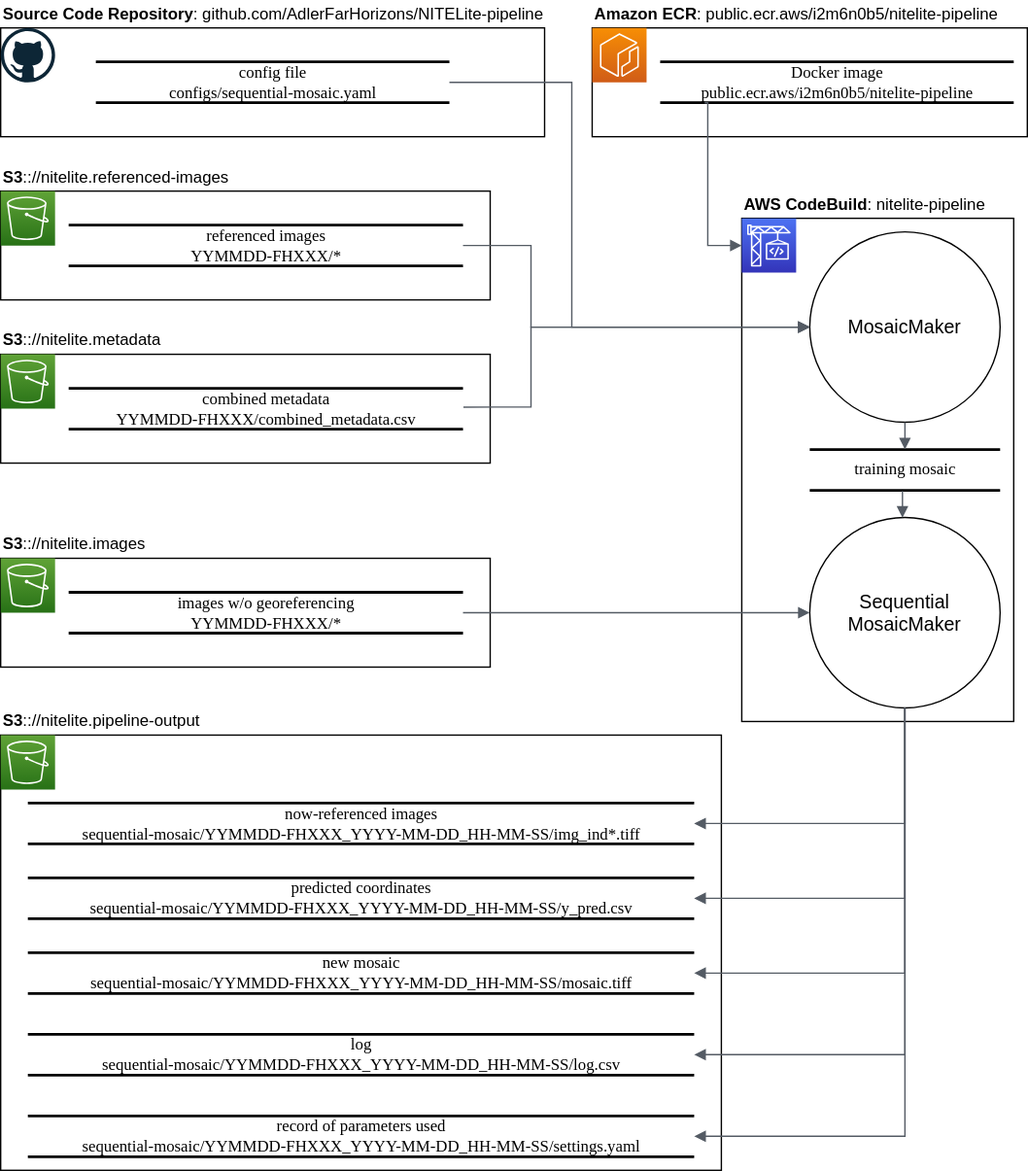
AdlerFarHorizons/night-horizons-mapmaker keeps this draw.io diagram as docs/diagrams/DFD_sequential-mosaic.svg. Above is the earlier version. Source tidied: cells renumbered, new cells last; positions are measured from the earlier drawing's top-left corner, leaving out a move shared by most shapes. The source it was exported from:
```xml
<mxGraphModel>
  <root>
    <mxCell id="0" />
    <mxCell id="1" parent="0" />
    <mxCell id="2" style="rounded=0;whiteSpace=wrap;html=1;" parent="1" vertex="1">
      <mxGeometry y="20" width="400" height="80" as="geometry" />
    </mxCell>
    <mxCell id="3" style="rounded=0;whiteSpace=wrap;html=1;" parent="1" vertex="1">
      <mxGeometry x="545" y="160" width="200" height="370" as="geometry" />
    </mxCell>
    <mxCell id="4" style="rounded=0;whiteSpace=wrap;html=1;" parent="1" vertex="1">
      <mxGeometry y="260" width="360" height="80" as="geometry" />
    </mxCell>
    <mxCell id="5" value="combined metadata&lt;br&gt;YYMMDD-FHXXX/combined_metadata.csv" style="html=1;rounded=0;shadow=0;comic=0;labelBackgroundColor=none;strokeWidth=2;fontFamily=Verdana;fontSize=12;align=center;shape=mxgraph.ios7ui.horLines;" parent="1" vertex="1">
      <mxGeometry x="50" y="285" width="290" height="30" as="geometry" />
    </mxCell>
    <mxCell id="6" value="&lt;b&gt;S3&lt;/b&gt;:://nitelite.metadata" style="text;html=1;strokeColor=none;fillColor=none;align=left;verticalAlign=middle;whiteSpace=wrap;rounded=0;" parent="1" vertex="1">
      <mxGeometry y="240" width="170" height="20" as="geometry" />
    </mxCell>
    <mxCell id="7" style="rounded=0;whiteSpace=wrap;html=1;" parent="1" vertex="1">
      <mxGeometry y="140" width="360" height="80" as="geometry" />
    </mxCell>
    <mxCell id="8" value="&lt;b&gt;S3&lt;/b&gt;:://nitelite.referenced-images" style="text;html=1;strokeColor=none;fillColor=none;align=left;verticalAlign=middle;whiteSpace=wrap;rounded=0;" parent="1" vertex="1">
      <mxGeometry y="120" width="170" height="20" as="geometry" />
    </mxCell>
    <mxCell id="9" value="referenced images&lt;br&gt;YYMMDD-FHXXX/*" style="html=1;rounded=0;shadow=0;comic=0;labelBackgroundColor=none;strokeWidth=2;fontFamily=Verdana;fontSize=12;align=center;shape=mxgraph.ios7ui.horLines;" parent="1" vertex="1">
      <mxGeometry x="50" y="165" width="290" height="30" as="geometry" />
    </mxCell>
    <mxCell id="10" style="rounded=0;whiteSpace=wrap;html=1;" parent="1" vertex="1">
      <mxGeometry x="435" y="20" width="320" height="80" as="geometry" />
    </mxCell>
    <mxCell id="11" style="edgeStyle=none;html=1;fontSize=14;" parent="1" edge="1" source="12" target="10">
      <mxGeometry relative="1" as="geometry" />
    </mxCell>
    <mxCell id="12" value="&lt;b&gt;Amazon ECR&lt;/b&gt;: public.ecr.aws/i2m6n0b5/nitelite-pipeline" style="text;html=1;strokeColor=none;fillColor=none;align=left;verticalAlign=middle;whiteSpace=wrap;rounded=0;" parent="1" vertex="1">
      <mxGeometry x="435" width="310" height="20" as="geometry" />
    </mxCell>
    <mxCell id="13" value="Docker image&lt;br&gt;public.ecr.aws/i2m6n0b5/nitelite-pipeline" style="html=1;rounded=0;shadow=0;comic=0;labelBackgroundColor=none;strokeWidth=2;fontFamily=Verdana;fontSize=12;align=center;shape=mxgraph.ios7ui.horLines;" parent="1" vertex="1">
      <mxGeometry x="485" y="45" width="260" height="30" as="geometry" />
    </mxCell>
    <mxCell id="14" style="sketch=0;fontColor=#232F3E;gradientColor=#F78E04;gradientDirection=north;fillColor=#D05C17;strokeColor=#ffffff;dashed=0;verticalLabelPosition=bottom;verticalAlign=top;align=center;html=1;fontSize=12;fontStyle=0;shape=mxgraph.aws4.resourceIcon;resIcon=mxgraph.aws4.ecr;" parent="1" vertex="1">
      <mxGeometry x="435" y="20" width="40" height="40" as="geometry" />
    </mxCell>
    <mxCell id="15" style="sketch=0;fontColor=#232F3E;gradientColor=#60A337;gradientDirection=north;fillColor=#277116;strokeColor=#ffffff;dashed=0;verticalLabelPosition=bottom;verticalAlign=top;align=center;html=1;fontSize=12;fontStyle=0;shape=mxgraph.aws4.resourceIcon;resIcon=mxgraph.aws4.s3;" parent="1" vertex="1">
      <mxGeometry y="260" width="40" height="40" as="geometry" />
    </mxCell>
    <mxCell id="16" style="sketch=0;fontColor=#232F3E;gradientColor=#60A337;gradientDirection=north;fillColor=#277116;strokeColor=#ffffff;dashed=0;verticalLabelPosition=bottom;verticalAlign=top;align=center;html=1;fontSize=12;fontStyle=0;shape=mxgraph.aws4.resourceIcon;resIcon=mxgraph.aws4.s3;" parent="1" vertex="1">
      <mxGeometry y="140" width="40" height="40" as="geometry" />
    </mxCell>
    <mxCell id="17" style="sketch=0;points=[[0,0,0],[0.25,0,0],[0.5,0,0],[0.75,0,0],[1,0,0],[0,1,0],[0.25,1,0],[0.5,1,0],[0.75,1,0],[1,1,0],[0,0.25,0],[0,0.5,0],[0,0.75,0],[1,0.25,0],[1,0.5,0],[1,0.75,0]];outlineConnect=0;fontColor=#232F3E;gradientColor=#4D72F3;gradientDirection=north;fillColor=#3334B9;strokeColor=#ffffff;dashed=0;verticalLabelPosition=bottom;verticalAlign=top;align=center;html=1;fontSize=12;fontStyle=0;shape=mxgraph.aws4.resourceIcon;resIcon=mxgraph.aws4.codebuild;" parent="1" vertex="1">
      <mxGeometry x="545" y="160" width="40" height="40" as="geometry" />
    </mxCell>
    <mxCell id="18" value="config file&lt;br&gt;configs/sequential-mosaic.yaml" style="html=1;rounded=0;shadow=0;comic=0;labelBackgroundColor=none;strokeWidth=2;fontFamily=Verdana;fontSize=12;align=center;shape=mxgraph.ios7ui.horLines;" parent="1" vertex="1">
      <mxGeometry x="70" y="45" width="260" height="30" as="geometry" />
    </mxCell>
    <mxCell id="19" style="dashed=0;html=1;align=center;labelPosition=center;verticalLabelPosition=bottom;verticalAlign=top;shape=mxgraph.weblogos.github;fontSize=14;" parent="1" vertex="1">
      <mxGeometry y="20" width="40" height="40" as="geometry" />
    </mxCell>
    <mxCell id="20" value="&lt;b&gt;AWS CodeBuild&lt;/b&gt;: nitelite-pipeline" style="text;html=1;strokeColor=none;fillColor=none;align=left;verticalAlign=middle;whiteSpace=wrap;rounded=0;" parent="1" vertex="1">
      <mxGeometry x="545" y="140" width="190" height="20" as="geometry" />
    </mxCell>
    <mxCell id="21" value="&lt;b&gt;Source Code Repository&lt;/b&gt;: github.com/AdlerFarHorizons/NITELite-pipeline" style="text;html=1;strokeColor=none;fillColor=none;align=left;verticalAlign=middle;whiteSpace=wrap;rounded=0;" parent="1" vertex="1">
      <mxGeometry width="410" height="20" as="geometry" />
    </mxCell>
    <mxCell id="22" value="MosaicMaker" style="ellipse;whiteSpace=wrap;html=1;fontSize=14;" parent="1" vertex="1">
      <mxGeometry x="595" y="170" width="140" height="140" as="geometry" />
    </mxCell>
    <mxCell id="23" style="edgeStyle=orthogonalEdgeStyle;html=1;endArrow=block;elbow=vertical;startArrow=none;endFill=1;strokeColor=#545B64;rounded=0;fontSize=14;exitX=0.126;exitY=1.001;exitDx=0;exitDy=0;exitPerimeter=0;entryX=0;entryY=0.5;entryDx=0;entryDy=0;entryPerimeter=0;" parent="1" edge="1" source="13" target="17">
      <mxGeometry relative="1" as="geometry">
        <Array as="points">
          <mxPoint x="520" y="75" />
          <mxPoint x="520" y="180" />
        </Array>
      </mxGeometry>
    </mxCell>
    <mxCell id="24" style="edgeStyle=orthogonalEdgeStyle;html=1;endArrow=block;elbow=vertical;startArrow=none;endFill=1;strokeColor=#545B64;rounded=0;fontSize=14;entryX=0;entryY=0.5;entryDx=0;entryDy=0;" parent="1" edge="1" source="18" target="22">
      <mxGeometry relative="1" as="geometry">
        <Array as="points">
          <mxPoint x="420" y="60" />
          <mxPoint x="420" y="240" />
        </Array>
      </mxGeometry>
    </mxCell>
    <mxCell id="25" style="edgeStyle=orthogonalEdgeStyle;html=1;endArrow=none;elbow=vertical;startArrow=block;startFill=1;strokeColor=#545B64;rounded=0;fontSize=14;exitX=0;exitY=0.5;exitDx=0;exitDy=0;" parent="1" edge="1" source="22" target="9">
      <mxGeometry relative="1" as="geometry">
        <Array as="points">
          <mxPoint x="390" y="240" />
          <mxPoint x="390" y="180" />
        </Array>
      </mxGeometry>
    </mxCell>
    <mxCell id="26" style="edgeStyle=orthogonalEdgeStyle;html=1;endArrow=none;elbow=vertical;startArrow=block;startFill=1;strokeColor=#545B64;rounded=0;fontSize=14;exitX=0;exitY=0.5;exitDx=0;exitDy=0;entryX=1.001;entryY=0.461;entryDx=0;entryDy=0;entryPerimeter=0;" parent="1" edge="1" source="22" target="5">
      <mxGeometry relative="1" as="geometry">
        <Array as="points">
          <mxPoint x="390" y="240" />
          <mxPoint x="390" y="299" />
        </Array>
      </mxGeometry>
    </mxCell>
    <mxCell id="27" style="rounded=0;whiteSpace=wrap;html=1;" parent="1" vertex="1">
      <mxGeometry y="540" width="530" height="320" as="geometry" />
    </mxCell>
    <mxCell id="28" value="&lt;b&gt;S3&lt;/b&gt;:://nitelite.pipeline-output" style="text;html=1;strokeColor=none;fillColor=none;align=left;verticalAlign=middle;whiteSpace=wrap;rounded=0;" parent="1" vertex="1">
      <mxGeometry y="520" width="170" height="20" as="geometry" />
    </mxCell>
    <mxCell id="29" value="now-referenced images&lt;br&gt;sequential-mosaic/YYMMDD-FHXXX_YYYY-MM-DD_HH-MM-SS/img_ind*.tiff" style="html=1;rounded=0;shadow=0;comic=0;labelBackgroundColor=none;strokeWidth=2;fontFamily=Verdana;fontSize=12;align=center;shape=mxgraph.ios7ui.horLines;" parent="1" vertex="1">
      <mxGeometry x="20" y="590" width="490" height="30" as="geometry" />
    </mxCell>
    <mxCell id="30" style="sketch=0;fontColor=#232F3E;gradientColor=#60A337;gradientDirection=north;fillColor=#277116;strokeColor=#ffffff;dashed=0;verticalLabelPosition=bottom;verticalAlign=top;align=center;html=1;fontSize=12;fontStyle=0;shape=mxgraph.aws4.resourceIcon;resIcon=mxgraph.aws4.s3;" parent="1" vertex="1">
      <mxGeometry y="540" width="40" height="40" as="geometry" />
    </mxCell>
    <mxCell id="31" value="predicted coordinates&lt;br&gt;sequential-mosaic/YYMMDD-FHXXX_YYYY-MM-DD_HH-MM-SS/y_pred.csv" style="html=1;rounded=0;shadow=0;comic=0;labelBackgroundColor=none;strokeWidth=2;fontFamily=Verdana;fontSize=12;align=center;shape=mxgraph.ios7ui.horLines;" parent="1" vertex="1">
      <mxGeometry x="20" y="645" width="490" height="30" as="geometry" />
    </mxCell>
    <mxCell id="32" value="log&lt;br&gt;sequential-mosaic/YYMMDD-FHXXX_YYYY-MM-DD_HH-MM-SS/log.csv" style="html=1;rounded=0;shadow=0;comic=0;labelBackgroundColor=none;strokeWidth=2;fontFamily=Verdana;fontSize=12;align=center;shape=mxgraph.ios7ui.horLines;" parent="1" vertex="1">
      <mxGeometry x="20" y="760" width="490" height="30" as="geometry" />
    </mxCell>
    <mxCell id="33" value="Sequential&lt;br&gt;MosaicMaker" style="ellipse;whiteSpace=wrap;html=1;fontSize=14;" parent="1" vertex="1">
      <mxGeometry x="595" y="380" width="140" height="140" as="geometry" />
    </mxCell>
    <mxCell id="34" value="training mosaic" style="html=1;rounded=0;shadow=0;comic=0;labelBackgroundColor=none;strokeWidth=2;fontFamily=Verdana;fontSize=12;align=center;shape=mxgraph.ios7ui.horLines;" parent="1" vertex="1">
      <mxGeometry x="595" y="330" width="140" height="30" as="geometry" />
    </mxCell>
    <mxCell id="35" style="rounded=0;whiteSpace=wrap;html=1;" parent="1" vertex="1">
      <mxGeometry y="410" width="360" height="80" as="geometry" />
    </mxCell>
    <mxCell id="36" value="&lt;b&gt;S3&lt;/b&gt;:://nitelite.images" style="text;html=1;strokeColor=none;fillColor=none;align=left;verticalAlign=middle;whiteSpace=wrap;rounded=0;" parent="1" vertex="1">
      <mxGeometry y="390" width="170" height="20" as="geometry" />
    </mxCell>
    <mxCell id="37" value="images w/o georeferencing&lt;br&gt;YYMMDD-FHXXX/*" style="html=1;rounded=0;shadow=0;comic=0;labelBackgroundColor=none;strokeWidth=2;fontFamily=Verdana;fontSize=12;align=center;shape=mxgraph.ios7ui.horLines;" parent="1" vertex="1">
      <mxGeometry x="50" y="435" width="290" height="30" as="geometry" />
    </mxCell>
    <mxCell id="38" style="sketch=0;fontColor=#232F3E;gradientColor=#60A337;gradientDirection=north;fillColor=#277116;strokeColor=#ffffff;dashed=0;verticalLabelPosition=bottom;verticalAlign=top;align=center;html=1;fontSize=12;fontStyle=0;shape=mxgraph.aws4.resourceIcon;resIcon=mxgraph.aws4.s3;" parent="1" vertex="1">
      <mxGeometry y="410" width="40" height="40" as="geometry" />
    </mxCell>
    <mxCell id="39" style="edgeStyle=orthogonalEdgeStyle;html=1;endArrow=none;elbow=vertical;startArrow=block;startFill=1;strokeColor=#545B64;rounded=0;entryX=0.5;entryY=1;entryDx=0;entryDy=0;" parent="1" edge="1" source="34" target="22">
      <mxGeometry relative="1" as="geometry" />
    </mxCell>
    <mxCell id="40" style="edgeStyle=orthogonalEdgeStyle;html=1;endArrow=none;elbow=vertical;startArrow=block;startFill=1;strokeColor=#545B64;rounded=0;exitX=0.487;exitY=0.001;exitDx=0;exitDy=0;exitPerimeter=0;entryX=0.487;entryY=1.016;entryDx=0;entryDy=0;entryPerimeter=0;" parent="1" edge="1" source="33" target="34">
      <mxGeometry relative="1" as="geometry" />
    </mxCell>
    <mxCell id="41" value="record of parameters used&lt;br&gt;sequential-mosaic/YYMMDD-FHXXX_YYYY-MM-DD_HH-MM-SS/settings.yaml" style="html=1;rounded=0;shadow=0;comic=0;labelBackgroundColor=none;strokeWidth=2;fontFamily=Verdana;fontSize=12;align=center;shape=mxgraph.ios7ui.horLines;" parent="1" vertex="1">
      <mxGeometry x="20" y="820" width="490" height="30" as="geometry" />
    </mxCell>
    <mxCell id="42" value="new mosaic&lt;br&gt;sequential-mosaic/YYMMDD-FHXXX_YYYY-MM-DD_HH-MM-SS/mosaic.tiff" style="html=1;rounded=0;shadow=0;comic=0;labelBackgroundColor=none;strokeWidth=2;fontFamily=Verdana;fontSize=12;align=center;shape=mxgraph.ios7ui.horLines;" parent="1" vertex="1">
      <mxGeometry x="20" y="700" width="490" height="30" as="geometry" />
    </mxCell>
    <mxCell id="43" style="edgeStyle=orthogonalEdgeStyle;html=1;endArrow=block;elbow=vertical;startArrow=none;endFill=1;strokeColor=#545B64;rounded=0;entryX=0;entryY=0.5;entryDx=0;entryDy=0;" parent="1" edge="1" source="37" target="33">
      <mxGeometry relative="1" as="geometry" />
    </mxCell>
    <mxCell id="44" style="edgeStyle=orthogonalEdgeStyle;html=1;endArrow=none;elbow=vertical;startArrow=block;startFill=1;strokeColor=#545B64;rounded=0;entryX=0.5;entryY=1;entryDx=0;entryDy=0;" parent="1" edge="1" source="29" target="33">
      <mxGeometry relative="1" as="geometry" />
    </mxCell>
    <mxCell id="45" style="edgeStyle=orthogonalEdgeStyle;html=1;endArrow=none;elbow=vertical;startArrow=block;startFill=1;strokeColor=#545B64;rounded=0;entryX=0.5;entryY=1;entryDx=0;entryDy=0;" parent="1" edge="1" source="31" target="33">
      <mxGeometry relative="1" as="geometry" />
    </mxCell>
    <mxCell id="46" style="edgeStyle=orthogonalEdgeStyle;html=1;endArrow=none;elbow=vertical;startArrow=block;startFill=1;strokeColor=#545B64;rounded=0;entryX=0.5;entryY=1;entryDx=0;entryDy=0;" parent="1" edge="1" source="42" target="33">
      <mxGeometry relative="1" as="geometry" />
    </mxCell>
    <mxCell id="47" style="edgeStyle=orthogonalEdgeStyle;html=1;endArrow=none;elbow=vertical;startArrow=block;startFill=1;strokeColor=#545B64;rounded=0;entryX=0.5;entryY=1;entryDx=0;entryDy=0;" parent="1" edge="1" source="32" target="33">
      <mxGeometry relative="1" as="geometry" />
    </mxCell>
    <mxCell id="48" style="edgeStyle=orthogonalEdgeStyle;html=1;endArrow=none;elbow=vertical;startArrow=block;startFill=1;strokeColor=#545B64;rounded=0;entryX=0.5;entryY=1;entryDx=0;entryDy=0;" parent="1" edge="1" source="41" target="33">
      <mxGeometry relative="1" as="geometry" />
    </mxCell>
  </root>
</mxGraphModel>
```
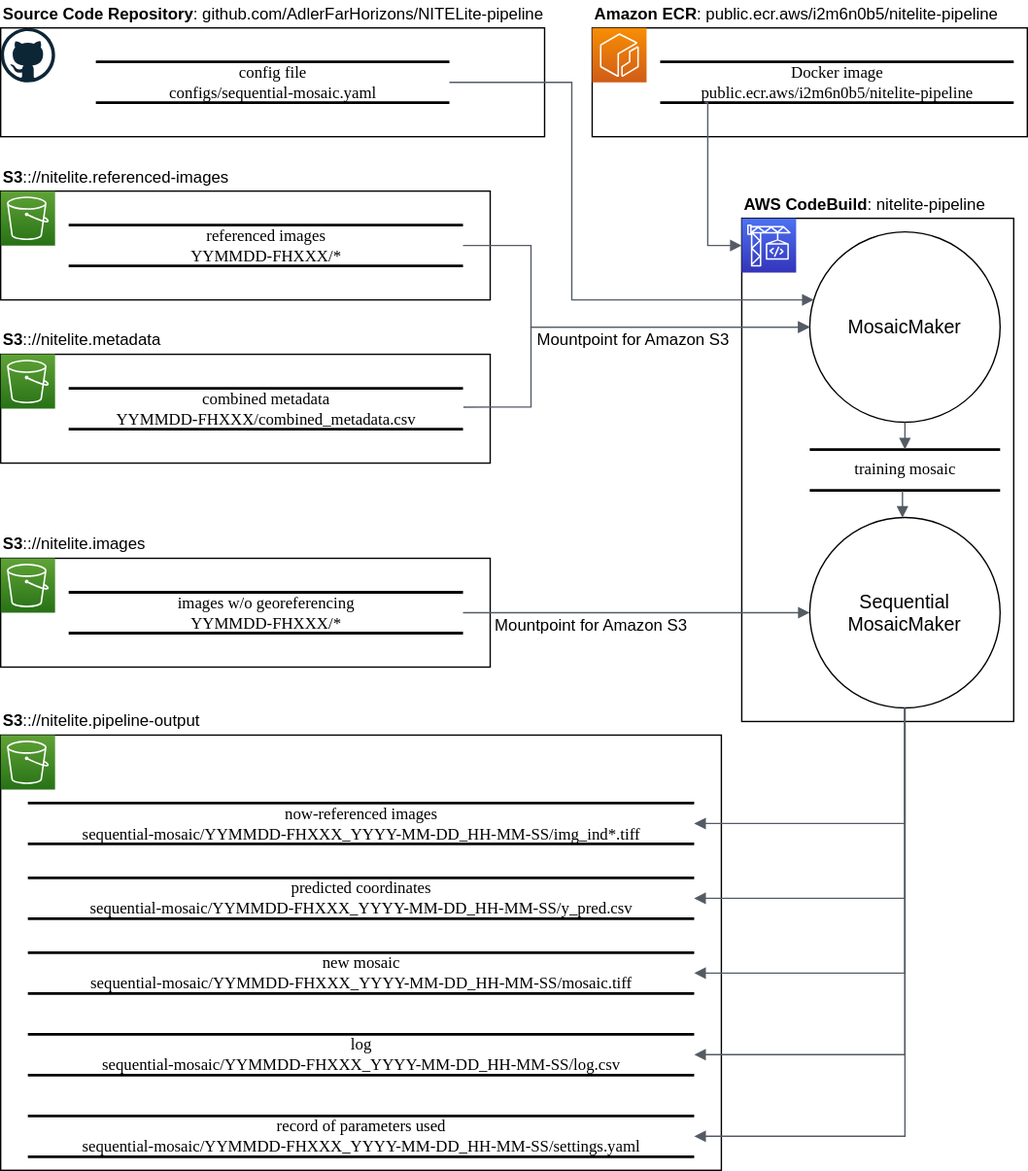
After the change.

What changed in the source:
```diff
@@ -73,11 +73,11 @@
         </Array>
       </mxGeometry>
     </mxCell>
-    <mxCell id="24" style="edgeStyle=orthogonalEdgeStyle;html=1;endArrow=block;elbow=vertical;startArrow=none;endFill=1;strokeColor=#545B64;rounded=0;fontSize=14;entryX=0;entryY=0.5;entryDx=0;entryDy=0;" parent="1" edge="1" source="18" target="22">
+    <mxCell id="24" style="edgeStyle=orthogonalEdgeStyle;html=1;endArrow=block;elbow=vertical;startArrow=none;endFill=1;strokeColor=#545B64;rounded=0;fontSize=14;" parent="1" edge="1" source="18" target="22">
       <mxGeometry relative="1" as="geometry">
         <Array as="points">
           <mxPoint x="420" y="60" />
-          <mxPoint x="420" y="240" />
+          <mxPoint x="420" y="220" />
         </Array>
       </mxGeometry>
     </mxCell>
@@ -163,5 +163,11 @@
     <mxCell id="48" style="edgeStyle=orthogonalEdgeStyle;html=1;endArrow=none;elbow=vertical;startArrow=block;startFill=1;strokeColor=#545B64;rounded=0;entryX=0.5;entryY=1;entryDx=0;entryDy=0;" parent="1" edge="1" source="41" target="33">
       <mxGeometry relative="1" as="geometry" />
     </mxCell>
+    <mxCell id="49" value="Mountpoint for Amazon S3" style="text;html=1;align=center;verticalAlign=middle;strokeColor=none;fillColor=none;" parent="1" vertex="1">
+      <mxGeometry x="385" y="235" width="160" height="30" as="geometry" />
+    </mxCell>
+    <mxCell id="50" value="Mountpoint for Amazon S3" style="text;html=1;align=center;verticalAlign=middle;strokeColor=none;fillColor=none;" parent="1" vertex="1">
+      <mxGeometry x="354" y="445" width="160" height="30" as="geometry" />
+    </mxCell>
   </root>
 </mxGraphModel>
```
